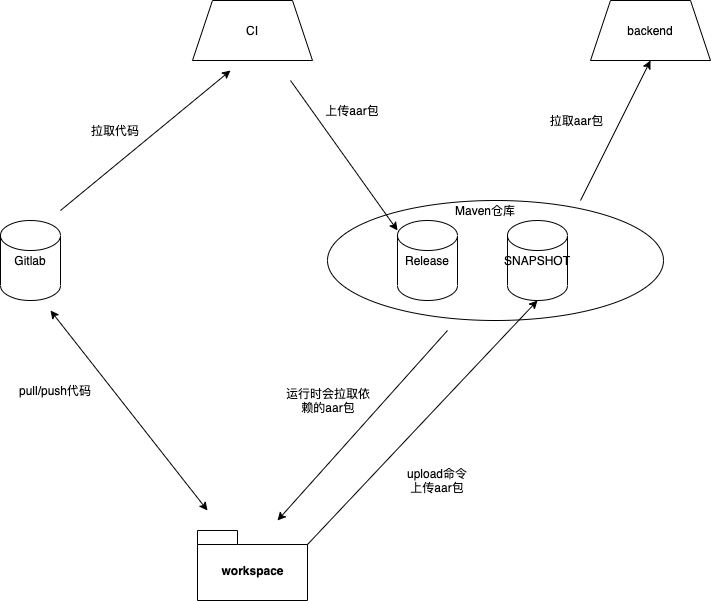
The draw.io diagram 项目架构图.png in 892848153/picRepo, before a commit. Source tidied: cells renumbered, new cells last; positions are measured from the earlier drawing's top-left corner, leaving out a move shared by most shapes. The source it was exported from:
```xml
<mxGraphModel>
  <root>
    <mxCell id="0" />
    <mxCell id="1" parent="0" />
    <mxCell id="2" style="ellipse;whiteSpace=wrap;html=1;" parent="1" vertex="1">
      <mxGeometry x="327" y="200" width="336" height="120" as="geometry" />
    </mxCell>
    <mxCell id="3" value="Release" style="shape=cylinder2;whiteSpace=wrap;html=1;boundedLbl=1;backgroundOutline=1;size=15;" parent="1" vertex="1">
      <mxGeometry x="397" y="220" width="60" height="80" as="geometry" />
    </mxCell>
    <mxCell id="4" value="SNAPSHOT" style="shape=cylinder2;whiteSpace=wrap;html=1;boundedLbl=1;backgroundOutline=1;size=15;" parent="1" vertex="1">
      <mxGeometry x="507" y="220" width="60" height="80" as="geometry" />
    </mxCell>
    <mxCell id="5" value="Gitlab" style="shape=cylinder2;whiteSpace=wrap;html=1;boundedLbl=1;backgroundOutline=1;size=15;" parent="1" vertex="1">
      <mxGeometry y="220" width="60" height="80" as="geometry" />
    </mxCell>
    <mxCell id="6" value="workspace" style="shape=folder;fontStyle=1;spacingTop=10;tabWidth=40;tabHeight=14;tabPosition=left;html=1;" parent="1" vertex="1">
      <mxGeometry x="197" y="530" width="110" height="70" as="geometry" />
    </mxCell>
    <mxCell id="7" value="CI" style="shape=trapezoid;perimeter=trapezoidPerimeter;whiteSpace=wrap;html=1;fixedSize=1;" parent="1" vertex="1">
      <mxGeometry x="192" width="120" height="60" as="geometry" />
    </mxCell>
    <mxCell id="8" style="endArrow=classic;startArrow=classic;html=1;" parent="1" edge="1">
      <mxGeometry relative="1" as="geometry">
        <mxPoint x="207" y="510" as="sourcePoint" />
        <mxPoint x="50" y="310" as="targetPoint" />
      </mxGeometry>
    </mxCell>
    <mxCell id="9" style="endArrow=classic;html=1;exitX=0;exitY=0;exitDx=110;exitDy=14;exitPerimeter=0;" parent="1" edge="1" source="6">
      <mxGeometry relative="1" as="geometry">
        <mxPoint x="537" y="300" as="targetPoint" />
      </mxGeometry>
    </mxCell>
    <mxCell id="10" value="upload命令&lt;br&gt;上传aar包" style="text;html=1;strokeColor=none;fillColor=none;align=center;verticalAlign=middle;whiteSpace=wrap;rounded=0;" parent="1" vertex="1">
      <mxGeometry x="387" y="460" width="100" height="40" as="geometry" />
    </mxCell>
    <mxCell id="11" style="endArrow=classic;html=1;" parent="1" edge="1">
      <mxGeometry relative="1" as="geometry">
        <mxPoint x="447" y="330" as="sourcePoint" />
        <mxPoint x="277" y="520" as="targetPoint" />
      </mxGeometry>
    </mxCell>
    <mxCell id="12" value="Maven仓库" style="text;html=1;strokeColor=none;fillColor=none;align=center;verticalAlign=middle;whiteSpace=wrap;rounded=0;" parent="1" vertex="1">
      <mxGeometry x="440" y="200" width="90" height="20" as="geometry" />
    </mxCell>
    <mxCell id="13" style="endArrow=classic;html=1;" parent="1" edge="1">
      <mxGeometry relative="1" as="geometry">
        <mxPoint x="60" y="210" as="sourcePoint" />
        <mxPoint x="230" y="70" as="targetPoint" />
      </mxGeometry>
    </mxCell>
    <mxCell id="14" value="拉取代码" style="text;html=1;strokeColor=none;fillColor=none;align=center;verticalAlign=middle;whiteSpace=wrap;rounded=0;" parent="1" vertex="1">
      <mxGeometry x="80" y="120" width="70" height="20" as="geometry" />
    </mxCell>
    <mxCell id="15" style="endArrow=classic;html=1;" parent="1" edge="1">
      <mxGeometry relative="1" as="geometry">
        <mxPoint x="290" y="80" as="sourcePoint" />
        <mxPoint x="397" y="230" as="targetPoint" />
      </mxGeometry>
    </mxCell>
    <mxCell id="16" value="上传aar包" style="text;html=1;strokeColor=none;fillColor=none;align=center;verticalAlign=middle;whiteSpace=wrap;rounded=0;" parent="1" vertex="1">
      <mxGeometry x="312" y="100" width="80" height="20" as="geometry" />
    </mxCell>
    <mxCell id="17" value="pull/push代码" style="text;html=1;strokeColor=none;fillColor=none;align=center;verticalAlign=middle;whiteSpace=wrap;rounded=0;" parent="1" vertex="1">
      <mxGeometry x="10" y="380" width="90" height="20" as="geometry" />
    </mxCell>
    <mxCell id="18" value="运行时会拉取依赖的aar包" style="text;html=1;strokeColor=none;fillColor=none;align=center;verticalAlign=middle;whiteSpace=wrap;rounded=0;" parent="1" vertex="1">
      <mxGeometry x="280" y="380" width="96" height="40" as="geometry" />
    </mxCell>
    <mxCell id="19" value="backend" style="shape=trapezoid;perimeter=trapezoidPerimeter;whiteSpace=wrap;html=1;fixedSize=1;" parent="1" vertex="1">
      <mxGeometry x="590" width="120" height="60" as="geometry" />
    </mxCell>
    <mxCell id="20" value="拉取aar包" style="text;html=1;strokeColor=none;fillColor=none;align=center;verticalAlign=middle;whiteSpace=wrap;rounded=0;" parent="1" vertex="1">
      <mxGeometry x="540" y="110" width="73" height="20" as="geometry" />
    </mxCell>
    <mxCell id="21" style="endArrow=classic;html=1;entryX=0.5;entryY=1;entryDx=0;entryDy=0;" parent="1" edge="1" target="19">
      <mxGeometry relative="1" as="geometry">
        <mxPoint x="580" y="200" as="sourcePoint" />
      </mxGeometry>
    </mxCell>
  </root>
</mxGraphModel>
```
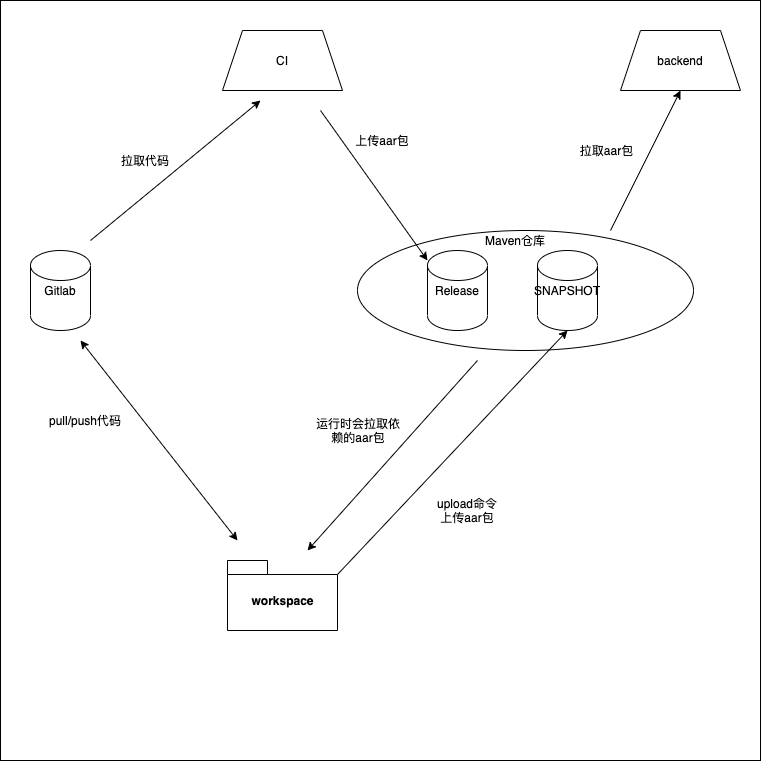
The same file after the commit.

Commit message:
Update 项目架构图.png

The edit, as a diff of the source:
```diff
@@ -2,6 +2,9 @@
   <root>
     <mxCell id="0" />
     <mxCell id="1" parent="0" />
+    <mxCell id="22" style="whiteSpace=wrap;html=1;" parent="1" vertex="1">
+      <mxGeometry x="-30" y="-30" width="760" height="760" as="geometry" />
+    </mxCell>
     <mxCell id="2" style="ellipse;whiteSpace=wrap;html=1;" parent="1" vertex="1">
       <mxGeometry x="327" y="200" width="336" height="120" as="geometry" />
     </mxCell>
```
